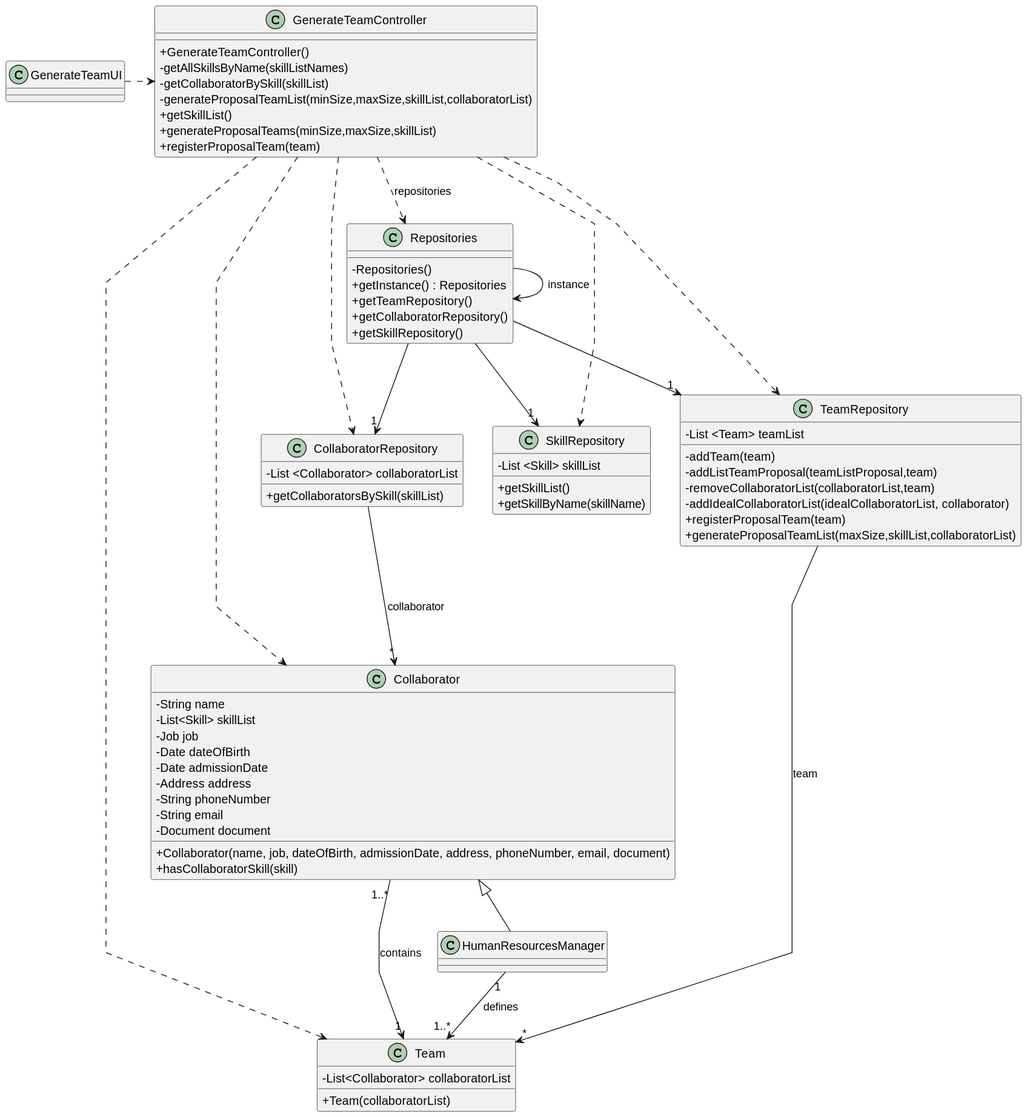
Departamento-de-Engenharia-Informatica/lei-24-s2-1db-g022 keeps this PlantUML diagram as docs/sprint2/us05/03.design/svg/us05-class-diagram.svg. Above is the earlier version.
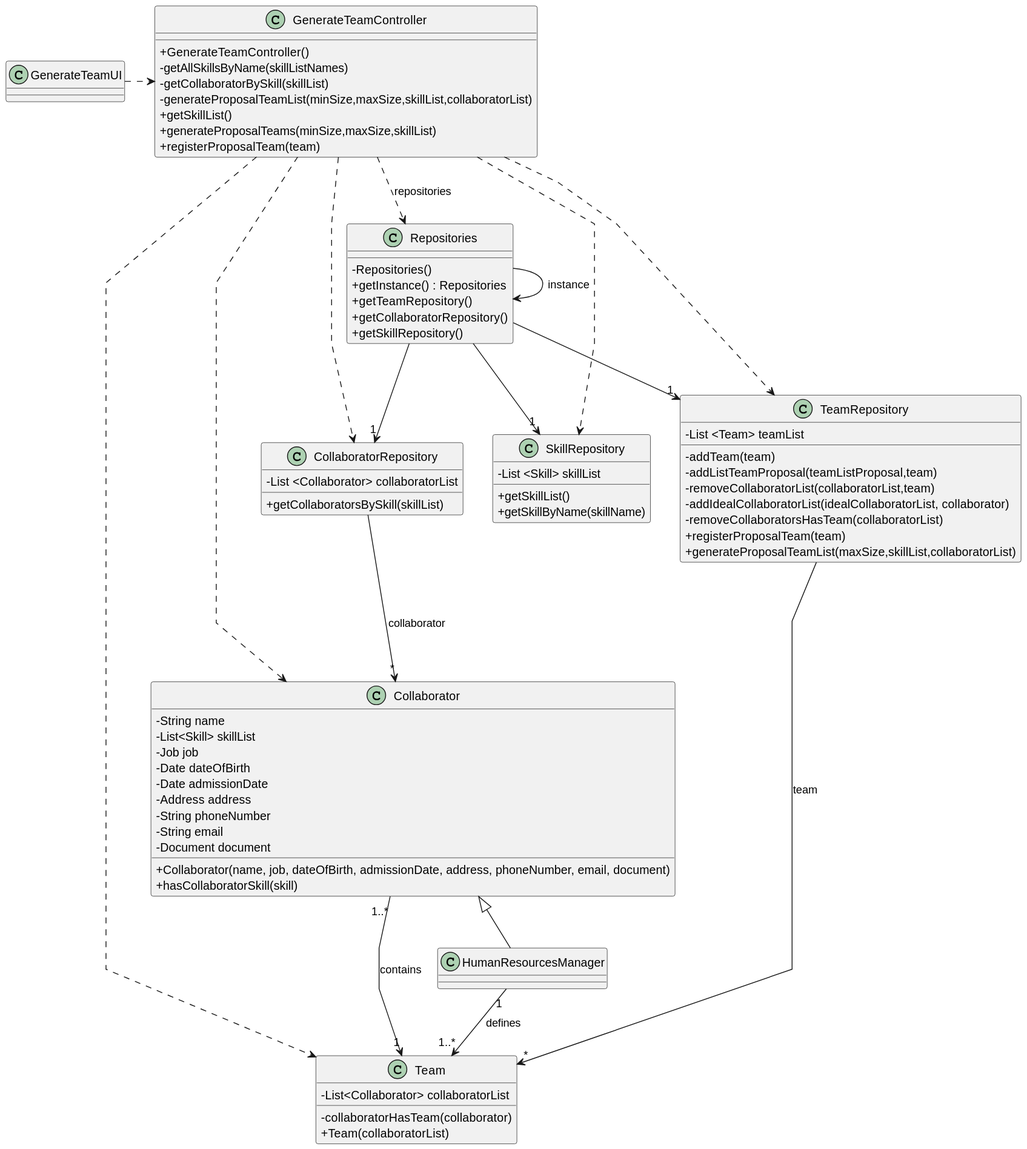
After the commit.

Commit message:
Add and retification a new validation in sequence diagram and class diagram

Diff of the diagram source:
```diff
@@ -18,7 +18,9 @@
 
 class Team {
     - List<Collaborator> collaboratorList
+    - collaboratorHasTeam(collaborator)
     + Team(collaboratorList)
+
 }
 
 class GenerateTeamUI {
@@ -58,6 +60,7 @@
     - addListTeamProposal(teamListProposal,team)
     - removeCollaboratorList(collaboratorList,team)
     - addIdealCollaboratorList(idealCollaboratorList, collaborator)
+    - removeCollaboratorsHasTeam(collaboratorList)
     + registerProposalTeam(team)
     + generateProposalTeamList(maxSize,skillList,collaboratorList)
 }
```
